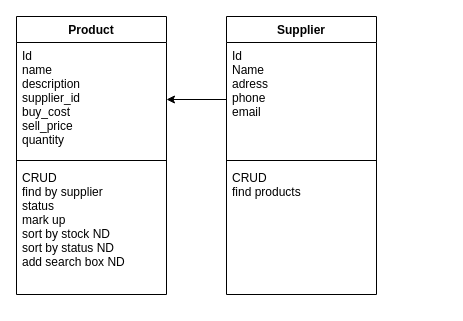
The draw.io diagram Untitled Diagram.drawio in djghis/flower_shop_project, before the edit. Source tidied: cells renumbered, new cells numbered last; positions are measured from the earlier drawing's top-left corner, leaving out a move shared by most shapes. Both pictures are drawn from the tidied source at 100%, with x=0, y=0 at pixel (16, 16).
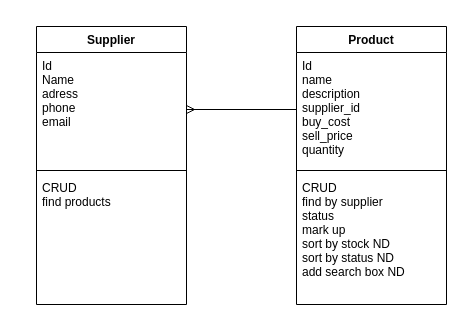
Above is the later version.

What changed in the source:
```diff
@@
 <mxGraphModel>
   <root>
     <mxCell id="0" />
     <mxCell id="1" parent="0" />
     <mxCell id="2" value="Product" style="swimlane;fontStyle=1;align=center;verticalAlign=top;horizontal=1;startSize=26;" parent="1" vertex="1">
-      <mxGeometry width="150" height="278" as="geometry" />
+      <mxGeometry x="280" y="10" width="150" height="278" as="geometry" />
     </mxCell>
     <mxCell id="3" value="Id&#10;name&#10;description&#10;supplier_id&#10;buy_cost&#10;sell_price&#10;quantity" style="text;strokeColor=none;fillColor=none;align=left;verticalAlign=top;spacingLeft=4;spacingRight=4;overflow=hidden;points=[[0,0.5],[1,0.5]];portConstraint=eastwest;" parent="2" vertex="1">
       <mxGeometry y="26" width="150" height="114" as="geometry" />
     </mxCell>
     <mxCell id="4" style="line;strokeWidth=1;fillColor=none;align=left;verticalAlign=middle;spacingTop=-1;spacingLeft=3;spacingRight=3;labelPosition=right;" parent="2" vertex="1">
       <mxGeometry y="140" width="150" height="8" as="geometry" />
     </mxCell>
     <mxCell id="5" value="CRUD&#10;find by supplier&#10;status&#10;mark up&#10;sort by stock ND&#10;sort by status ND&#10;add search box ND" style="text;strokeColor=none;fillColor=none;align=left;verticalAlign=top;spacingLeft=4;spacingRight=4;overflow=hidden;fontColor=#000000;" parent="2" vertex="1">
       <mxGeometry y="148" width="150" height="130" as="geometry" />
     </mxCell>
     <mxCell id="6" value="Supplier" style="swimlane;fontStyle=1;align=center;verticalAlign=top;horizontal=1;startSize=26;" parent="1" vertex="1">
-      <mxGeometry x="210" width="150" height="278" as="geometry" />
+      <mxGeometry x="20" y="10" width="150" height="278" as="geometry" />
     </mxCell>
     <mxCell id="7" value="Id&#10;Name&#10;adress&#10;phone&#10;email" style="text;strokeColor=none;fillColor=none;align=left;verticalAlign=top;spacingLeft=4;spacingRight=4;overflow=hidden;points=[[0,0.5],[1,0.5]];portConstraint=eastwest;" parent="6" vertex="1">
       <mxGeometry y="26" width="150" height="114" as="geometry" />
     </mxCell>
     <mxCell id="8" style="line;strokeWidth=1;fillColor=none;align=left;verticalAlign=middle;spacingTop=-1;spacingLeft=3;spacingRight=3;labelPosition=right;" parent="6" vertex="1">
       <mxGeometry y="140" width="150" height="8" as="geometry" />
     </mxCell>
     <mxCell id="9" value="CRUD&#10;find products" style="text;strokeColor=none;fillColor=none;align=left;verticalAlign=top;spacingLeft=4;spacingRight=4;overflow=hidden;fontColor=#000000;" parent="6" vertex="1">
       <mxGeometry y="148" width="150" height="130" as="geometry" />
     </mxCell>
-    <mxCell id="10" style="edgeStyle=orthogonalEdgeStyle;rounded=0;jettySize=auto;html=1;fontColor=#000000;" parent="1" edge="1" source="7" target="3">
-      <mxGeometry relative="1" as="geometry" />
-    </mxCell>
+    <mxCell id="11" style="edgeStyle=none;rounded=0;jettySize=auto;html=1;exitX=0;exitY=0.5;exitDx=0;exitDy=0;entryX=1;entryY=0.5;entryDx=0;entryDy=0;startArrow=none;startFill=0;endArrow=ERmany;endFill=0;" parent="1" edge="1" source="3" target="7">
+      <mxGeometry relative="1" as="geometry" />
+    </mxCell>
   </root>
 </mxGraphModel>
```
